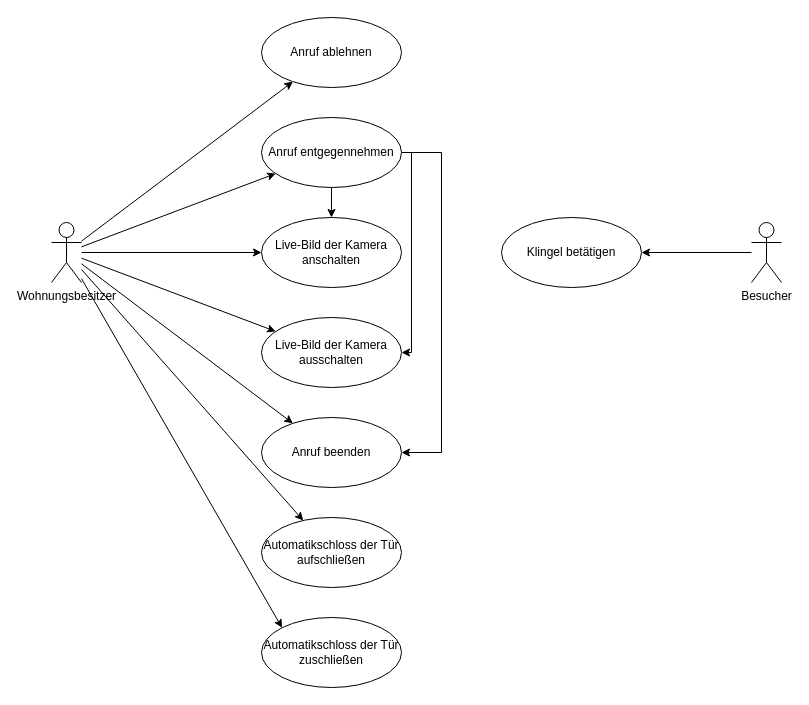
Earlier version of the draw.io diagram page "Klingeln bei einem Mehrfamilienhaus" (1 of 4) of Semesterprojekt/assets/img/UML-Anwendungsfalldiagramme.drawio (WHS-SWT-P35-WiSe22-23/praktikum). Source tidied: cells renumbered, new cells numbered last; positions are measured from the earlier drawing's top-left corner, leaving out a move shared by most shapes. Both pictures are drawn from the tidied source at 100%, with x=0, y=0 at pixel (51, 17).
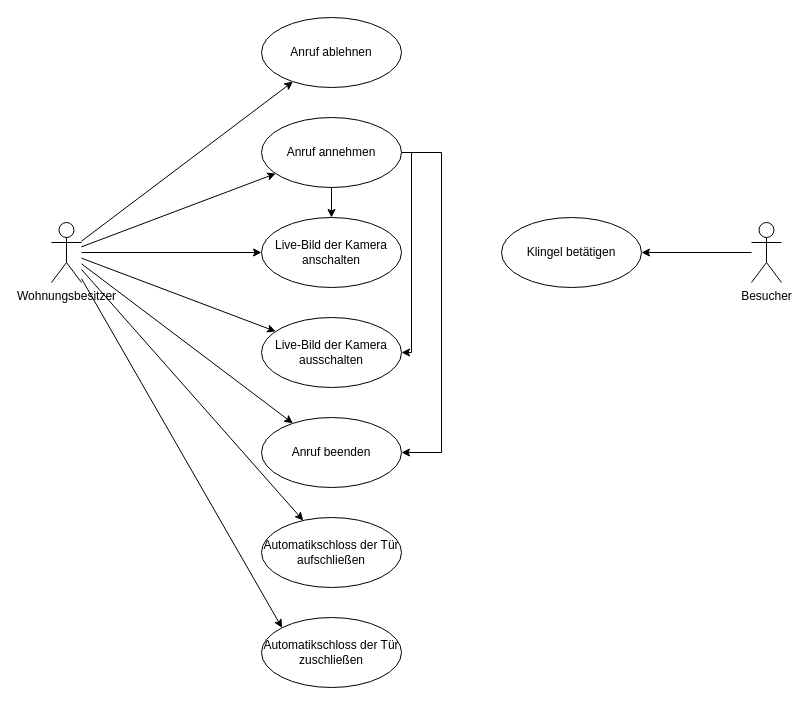
The same page after the edit.

Diff of the diagram source:
```diff
@@
-    <mxCell id="15" value="Anruf entgegennehmen" style="ellipse;whiteSpace=wrap;html=1;" parent="1" vertex="1">
+    <mxCell id="15" value="Anruf annehmen" style="ellipse;whiteSpace=wrap;html=1;" parent="1" vertex="1">
       <mxGeometry x="210" y="100" width="140" height="70" as="geometry" />
     </mxCell>
```
